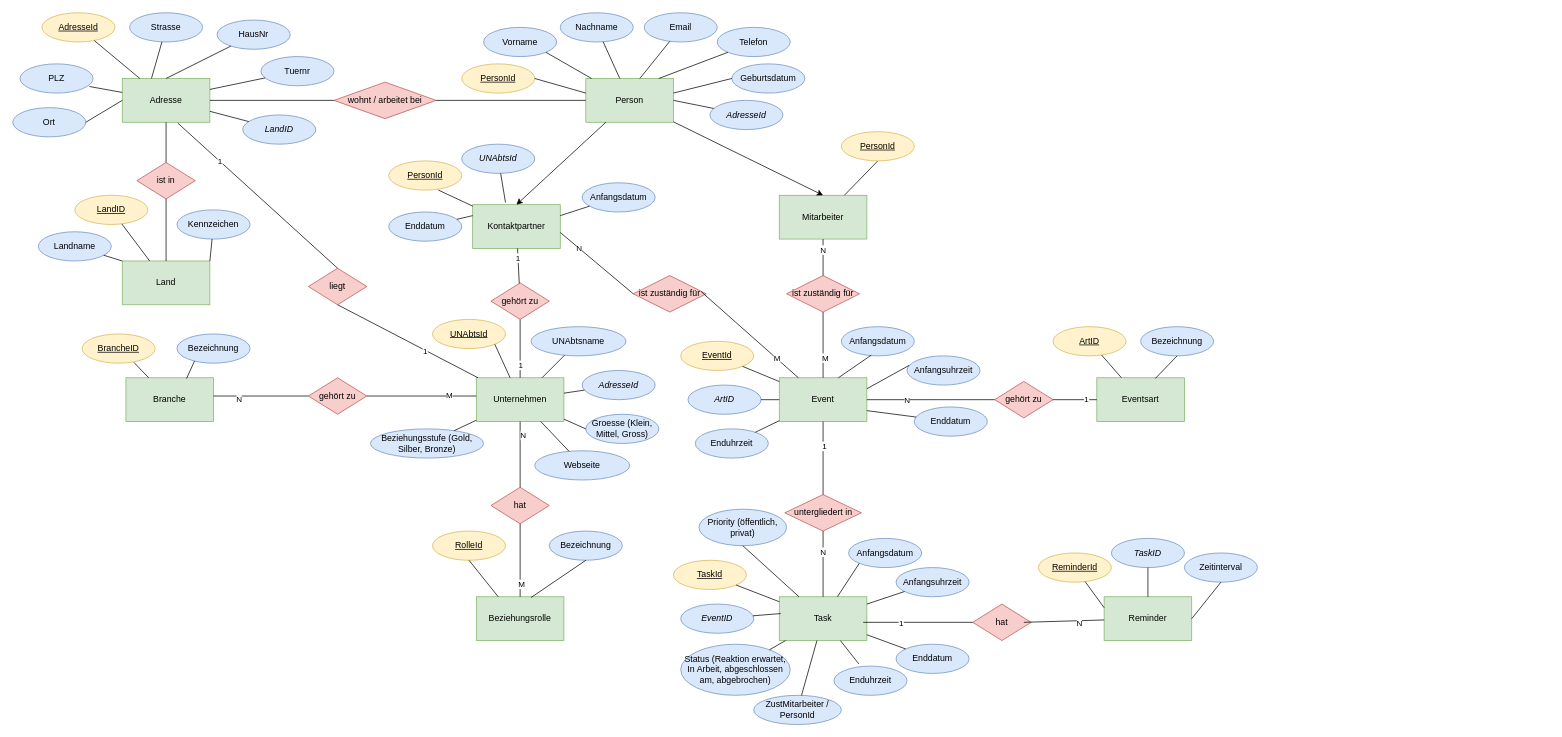
The draw.io diagram Untitled Diagram.drawio in Meishencorona1/Calcy, before the edit. Source tidied: cells renumbered, new cells numbered last; positions are measured from the earlier drawing's top-left corner, leaving out a move shared by most shapes. Both pictures are drawn from the tidied source at 73%, with x=0, y=0 at pixel (12, 12).
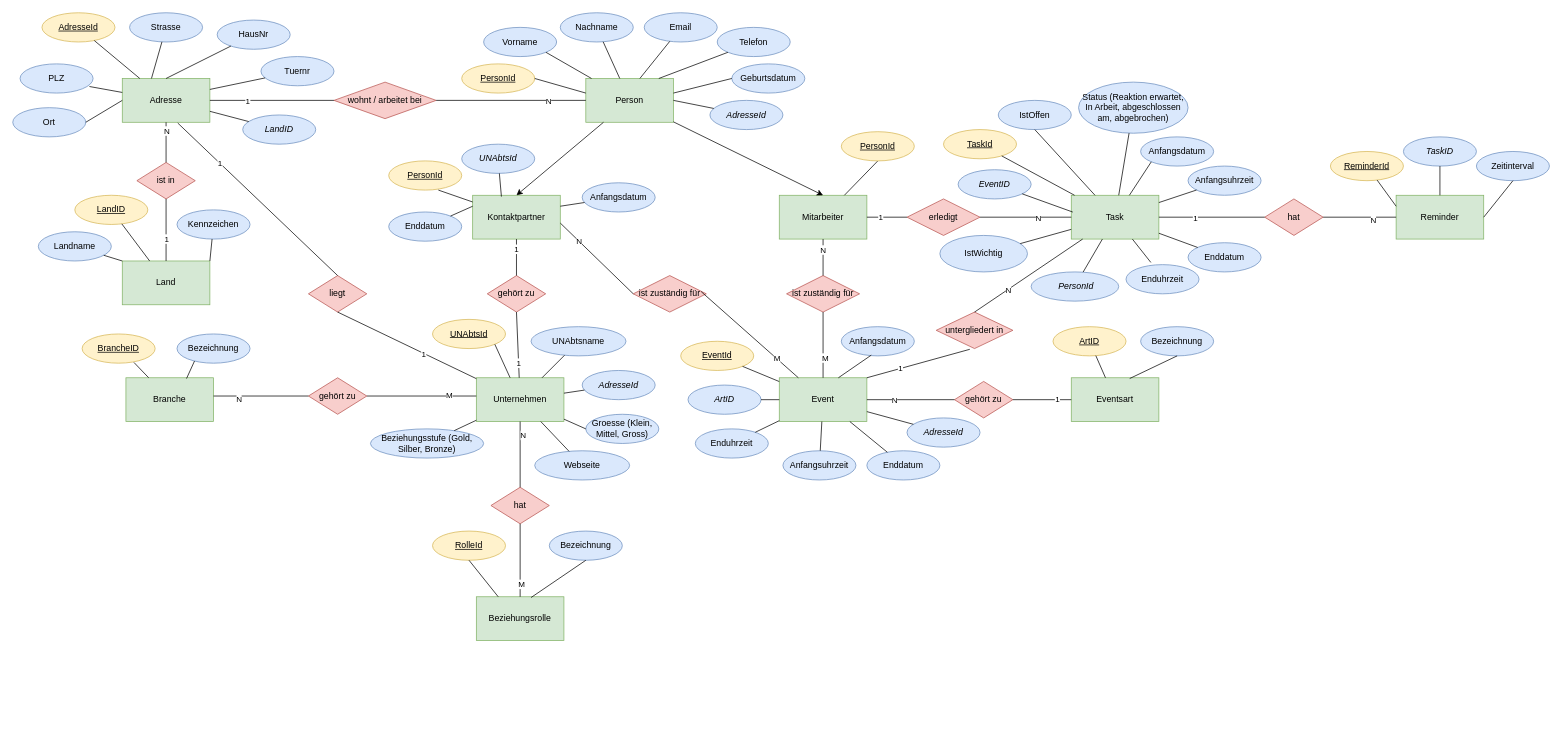
After the change.

Unchanged cells that the change refers to:
```xml
<mxCell id="3" value="Mitarbeiter" style="rounded=0;whiteSpace=wrap;html=1;fillColor=#d5e8d4;strokeColor=#82b366;" parent="1" vertex="1">
  <mxGeometry x="1050" y="250" width="120" height="60" as="geometry" />
</mxCell>
<mxCell id="9" value="Event" style="whiteSpace=wrap;html=1;fillColor=#d5e8d4;strokeColor=#82b366;" parent="1" vertex="1">
  <mxGeometry x="1050" y="500" width="120" height="60" as="geometry" />
</mxCell>
<mxCell id="89" value="&lt;i&gt;UNAbtsId&lt;/i&gt;" style="ellipse;whiteSpace=wrap;html=1;fillColor=#dae8fc;strokeColor=#6c8ebf;" parent="1" vertex="1">
  <mxGeometry x="615" y="180" width="100" height="40" as="geometry" />
</mxCell>
<mxCell id="127" style="endArrow=none;html=1;rounded=0;exitX=0.5;exitY=0;exitDx=0;exitDy=0;" parent="1" edge="1" source="126" target="6">
  <mxGeometry relative="1" as="geometry" />
</mxCell>
<mxCell id="128" style="endArrow=none;html=1;rounded=0;entryX=0.5;entryY=1;entryDx=0;entryDy=0;" parent="1" edge="1" source="7" target="126">
  <mxGeometry relative="1" as="geometry" />
</mxCell>
<mxCell id="130" style="endArrow=none;html=1;rounded=0;exitX=0;exitY=0.5;exitDx=0;exitDy=0;entryX=1;entryY=0.5;entryDx=0;entryDy=0;" parent="1" edge="1" source="129" target="6">
  <mxGeometry relative="1" as="geometry" />
</mxCell>
<mxCell id="131" style="endArrow=none;html=1;rounded=0;entryX=1;entryY=0.5;entryDx=0;entryDy=0;" parent="1" edge="1" source="2" target="129">
  <mxGeometry relative="1" as="geometry" />
</mxCell>
```

Diff of the diagram source:
```diff
@@
     <mxCell id="5" value="Kontaktpartner" style="rounded=0;whiteSpace=wrap;html=1;fillColor=#d5e8d4;strokeColor=#82b366;" parent="1" vertex="1">
-      <mxGeometry x="630" y="262.9" width="120" height="60" as="geometry" />
+      <mxGeometry x="630" y="250" width="120" height="60" as="geometry" />
     </mxCell>
@@
     <mxCell id="10" value="Eventsart" style="whiteSpace=wrap;html=1;fillColor=#d5e8d4;strokeColor=#82b366;" parent="1" vertex="1">
-      <mxGeometry x="1485" y="500" width="120" height="60" as="geometry" />
+      <mxGeometry x="1450" y="500" width="120" height="60" as="geometry" />
     </mxCell>
@@
     <mxCell id="59" value="Anfangsuhrzeit" style="ellipse;whiteSpace=wrap;html=1;fillColor=#dae8fc;strokeColor=#6c8ebf;" parent="1" vertex="1">
-      <mxGeometry x="1225" y="470" width="100" height="40" as="geometry" />
+      <mxGeometry x="1055" y="600" width="100" height="40" as="geometry" />
     </mxCell>
     <mxCell id="60" value="Enddatum" style="ellipse;whiteSpace=wrap;html=1;fillColor=#dae8fc;strokeColor=#6c8ebf;" parent="1" vertex="1">
-      <mxGeometry x="1235" y="540" width="100" height="40" as="geometry" />
+      <mxGeometry x="1170" y="600" width="100" height="40" as="geometry" />
     </mxCell>
@@
-    <mxCell id="65" style="endArrow=none;html=1;rounded=0;exitX=1;exitY=0.25;exitDx=0;exitDy=0;entryX=0.03;entryY=0.325;entryDx=0;entryDy=0;entryPerimeter=0;" parent="1" edge="1" source="9" target="59">
+    <mxCell id="65" style="endArrow=none;html=1;rounded=0;" parent="1" edge="1" source="9" target="59">
       <mxGeometry relative="1" as="geometry" />
     </mxCell>
-    <mxCell id="66" style="endArrow=none;html=1;rounded=0;exitX=1;exitY=0.75;exitDx=0;exitDy=0;" parent="1" edge="1" source="9" target="60">
+    <mxCell id="66" style="endArrow=none;html=1;rounded=0;" parent="1" edge="1" source="9" target="60">
       <mxGeometry relative="1" as="geometry" />
     </mxCell>
@@
-    <mxCell id="93" style="endArrow=none;html=1;rounded=0;" parent="1" edge="1" target="89">
-      <mxGeometry relative="1" as="geometry">
-        <mxPoint x="675" y="260" as="sourcePoint" />
-      </mxGeometry>
+    <mxCell id="93" style="endArrow=none;html=1;rounded=0;exitX=0.328;exitY=0.03;exitDx=0;exitDy=0;exitPerimeter=0;" parent="1" edge="1" source="5" target="89">
+      <mxGeometry relative="1" as="geometry" />
     </mxCell>
@@
     <mxCell id="95" value="gehört zu" style="rhombus;whiteSpace=wrap;html=1;fillColor=#f8cecc;strokeColor=#b85450;rounded=0;" parent="1" vertex="1">
-      <mxGeometry x="655" y="370" width="80" height="50" as="geometry" />
+      <mxGeometry x="650" y="360" width="80" height="50" as="geometry" />
     </mxCell>
     <mxCell id="96" value="Task" style="whiteSpace=wrap;html=1;fillColor=#d5e8d4;strokeColor=#82b366;" parent="1" vertex="1">
-      <mxGeometry x="1050" y="800" width="120" height="60" as="geometry" />
+      <mxGeometry x="1450" y="250" width="120" height="60" as="geometry" />
     </mxCell>
     <mxCell id="97" value="&lt;u&gt;TaskId&lt;/u&gt;" style="ellipse;whiteSpace=wrap;html=1;fillColor=#fff2cc;strokeColor=#d6b656;" parent="1" vertex="1">
-      <mxGeometry x="905" y="750" width="100" height="40" as="geometry" />
+      <mxGeometry x="1275" y="160" width="100" height="40" as="geometry" />
     </mxCell>
-    <mxCell id="98" value="Priority (öffentlich, privat)" style="ellipse;whiteSpace=wrap;html=1;fillColor=#dae8fc;strokeColor=#6c8ebf;" parent="1" vertex="1">
-      <mxGeometry x="940" y="680" width="120" height="50" as="geometry" />
+    <mxCell id="98" value="IstWichtig" style="ellipse;whiteSpace=wrap;html=1;fillColor=#dae8fc;strokeColor=#6c8ebf;" parent="1" vertex="1">
+      <mxGeometry x="1270" y="305" width="120" height="50" as="geometry" />
     </mxCell>
     <mxCell id="99" value="Anfangsdatum" style="ellipse;whiteSpace=wrap;html=1;fillColor=#dae8fc;strokeColor=#6c8ebf;" parent="1" vertex="1">
-      <mxGeometry x="1145" y="720" width="100" height="40" as="geometry" />
+      <mxGeometry x="1545" y="170" width="100" height="40" as="geometry" />
     </mxCell>
     <mxCell id="100" value="Anfangsuhrzeit" style="ellipse;whiteSpace=wrap;html=1;fillColor=#dae8fc;strokeColor=#6c8ebf;" parent="1" vertex="1">
-      <mxGeometry x="1210" y="760" width="100" height="40" as="geometry" />
+      <mxGeometry x="1610" y="210" width="100" height="40" as="geometry" />
     </mxCell>
     <mxCell id="101" value="Enddatum" style="ellipse;whiteSpace=wrap;html=1;fillColor=#dae8fc;strokeColor=#6c8ebf;" parent="1" vertex="1">
-      <mxGeometry x="1210" y="865" width="100" height="40" as="geometry" />
+      <mxGeometry x="1610" y="315" width="100" height="40" as="geometry" />
     </mxCell>
     <mxCell id="102" value="Enduhrzeit" style="ellipse;whiteSpace=wrap;html=1;fillColor=#dae8fc;strokeColor=#6c8ebf;" parent="1" vertex="1">
-      <mxGeometry x="1125" y="895" width="100" height="40" as="geometry" />
+      <mxGeometry x="1525" y="345" width="100" height="40" as="geometry" />
     </mxCell>
     <mxCell id="103" value="Status (Reaktion erwartet, In Arbeit, abgeschlossen am, abgebrochen)" style="ellipse;whiteSpace=wrap;html=1;fillColor=#dae8fc;strokeColor=#6c8ebf;" parent="1" vertex="1">
-      <mxGeometry x="915" y="865" width="150" height="70" as="geometry" />
+      <mxGeometry x="1460" y="95" width="150" height="70" as="geometry" />
     </mxCell>
     <mxCell id="104" value="Reminder" style="whiteSpace=wrap;html=1;fillColor=#d5e8d4;strokeColor=#82b366;" parent="1" vertex="1">
-      <mxGeometry x="1495" y="800" width="120" height="60" as="geometry" />
+      <mxGeometry x="1895" y="250" width="120" height="60" as="geometry" />
     </mxCell>
     <mxCell id="105" value="&lt;u&gt;ReminderId&lt;/u&gt;" style="ellipse;whiteSpace=wrap;html=1;fillColor=#fff2cc;strokeColor=#d6b656;" parent="1" vertex="1">
-      <mxGeometry x="1405" y="740" width="100" height="40" as="geometry" />
+      <mxGeometry x="1805" y="190" width="100" height="40" as="geometry" />
     </mxCell>
     <mxCell id="106" value="&lt;i&gt;TaskID&lt;/i&gt;" style="ellipse;whiteSpace=wrap;html=1;fillColor=#dae8fc;strokeColor=#6c8ebf;" parent="1" vertex="1">
-      <mxGeometry x="1505" y="720" width="100" height="40" as="geometry" />
+      <mxGeometry x="1905" y="170" width="100" height="40" as="geometry" />
     </mxCell>
     <mxCell id="107" value="Zeitinterval" style="ellipse;whiteSpace=wrap;html=1;fillColor=#dae8fc;strokeColor=#6c8ebf;" parent="1" vertex="1">
-      <mxGeometry x="1605" y="740" width="100" height="40" as="geometry" />
+      <mxGeometry x="2005" y="190" width="100" height="40" as="geometry" />
     </mxCell>
@@
-    <mxCell id="115" style="endArrow=none;html=1;rounded=0;exitX=0.5;exitY=1;exitDx=0;exitDy=0;" parent="1" edge="1" source="98" target="96">
+    <mxCell id="115" style="endArrow=none;html=1;rounded=0;" parent="1" edge="1" source="98" target="96">
       <mxGeometry relative="1" as="geometry" />
     </mxCell>
@@
     <mxCell id="118" value="&lt;i&gt;EventID&lt;/i&gt;" style="ellipse;whiteSpace=wrap;html=1;fillColor=#dae8fc;strokeColor=#6c8ebf;" parent="1" vertex="1">
-      <mxGeometry x="915" y="810" width="100" height="40" as="geometry" />
+      <mxGeometry x="1295" y="215" width="100" height="40" as="geometry" />
     </mxCell>
@@
+    <mxCell id="171" value="N" style="edgeLabel;html=1;align=center;verticalAlign=middle;" parent="127" vertex="1">
+      <mxGeometry x="0.59" relative="1" as="geometry" />
+    </mxCell>
@@
+    <mxCell id="172" value="1" style="edgeLabel;html=1;align=center;verticalAlign=middle;" parent="128" vertex="1">
+      <mxGeometry x="-0.27" relative="1" as="geometry" />
+    </mxCell>
@@
+    <mxCell id="173" value="1" style="edgeLabel;html=1;align=center;verticalAlign=middle;" parent="130" vertex="1">
+      <mxGeometry x="0.4" relative="1" as="geometry" />
+    </mxCell>
@@
+    <mxCell id="174" value="N" style="edgeLabel;html=1;align=center;verticalAlign=middle;" parent="131" vertex="1">
+      <mxGeometry x="-0.49" relative="1" as="geometry" />
+    </mxCell>
     <mxCell id="132" value="liegt" style="rhombus;whiteSpace=wrap;html=1;fillColor=#f8cecc;strokeColor=#b85450;rounded=0;" parent="1" vertex="1">
-      <mxGeometry x="405" y="350" width="80" height="50" as="geometry" />
+      <mxGeometry x="405" y="360" width="80" height="50" as="geometry" />
     </mxCell>
@@
     <mxCell id="152" value="gehört zu" style="rhombus;whiteSpace=wrap;html=1;fillColor=#f8cecc;strokeColor=#b85450;rounded=0;" parent="1" vertex="1">
-      <mxGeometry x="1345" y="505" width="80" height="50" as="geometry" />
+      <mxGeometry x="1290" y="505" width="80" height="50" as="geometry" />
     </mxCell>
@@
     <mxCell id="157" value="untergliedert in" style="rhombus;whiteSpace=wrap;html=1;fillColor=#f8cecc;strokeColor=#b85450;rounded=0;" parent="1" vertex="1">
-      <mxGeometry x="1057.5" y="660" width="105" height="50" as="geometry" />
+      <mxGeometry x="1265" y="410" width="105" height="50" as="geometry" />
     </mxCell>
-    <mxCell id="158" style="endArrow=none;html=1;rounded=0;exitX=0.5;exitY=1;exitDx=0;exitDy=0;" parent="1" edge="1" source="157" target="96">
+    <mxCell id="158" style="endArrow=none;html=1;rounded=0;exitX=0.5;exitY=0;exitDx=0;exitDy=0;" parent="1" edge="1" source="157" target="96">
       <mxGeometry relative="1" as="geometry" />
     </mxCell>
@@
-    <mxCell id="160" style="endArrow=none;html=1;rounded=0;entryX=0.5;entryY=0;entryDx=0;entryDy=0;exitX=0.5;exitY=1;exitDx=0;exitDy=0;" parent="1" edge="1" source="9" target="157">
+    <mxCell id="160" style="endArrow=none;html=1;rounded=0;entryX=0.438;entryY=1.02;entryDx=0;entryDy=0;exitX=1;exitY=0;exitDx=0;exitDy=0;entryPerimeter=0;" parent="1" edge="1" source="9" target="157">
       <mxGeometry relative="1" as="geometry" />
     </mxCell>
@@
-    <mxCell id="162" value="ZustMitarbeiter / PersonId" style="ellipse;whiteSpace=wrap;html=1;fillColor=#dae8fc;strokeColor=#6c8ebf;" parent="1" vertex="1">
-      <mxGeometry x="1015" y="935" width="120" height="40" as="geometry" />
+    <mxCell id="162" value="&lt;i&gt;&amp;nbsp;PersonId&lt;/i&gt;" style="ellipse;whiteSpace=wrap;html=1;fillColor=#dae8fc;strokeColor=#6c8ebf;" parent="1" vertex="1">
+      <mxGeometry x="1395" y="355" width="120" height="40" as="geometry" />
     </mxCell>
@@
     <mxCell id="164" value="hat" style="rhombus;whiteSpace=wrap;html=1;fillColor=#f8cecc;strokeColor=#b85450;rounded=0;" parent="1" vertex="1">
-      <mxGeometry x="1315" y="810" width="80" height="50" as="geometry" />
+      <mxGeometry x="1715" y="255" width="80" height="50" as="geometry" />
     </mxCell>
-    <mxCell id="165" style="endArrow=none;html=1;rounded=0;exitX=0;exitY=0.5;exitDx=0;exitDy=0;" parent="1" edge="1" source="164">
-      <mxGeometry relative="1" as="geometry">
-        <mxPoint x="1165" y="835" as="targetPoint" />
-      </mxGeometry>
+    <mxCell id="165" style="endArrow=none;html=1;rounded=0;exitX=0;exitY=0.5;exitDx=0;exitDy=0;" parent="1" edge="1" source="164" target="96">
+      <mxGeometry relative="1" as="geometry" />
     </mxCell>
@@
-    <mxCell id="167" style="endArrow=none;html=1;rounded=0;" parent="1" edge="1" source="104">
-      <mxGeometry relative="1" as="geometry">
-        <mxPoint x="1385" y="835" as="targetPoint" />
-      </mxGeometry>
+    <mxCell id="167" style="endArrow=none;html=1;rounded=0;" parent="1" edge="1" source="104" target="164">
+      <mxGeometry relative="1" as="geometry" />
     </mxCell>
@@
+    <mxCell id="175" value="erledigt" style="rhombus;whiteSpace=wrap;html=1;fillColor=#f8cecc;strokeColor=#b85450;rounded=0;" parent="1" vertex="1">
+      <mxGeometry x="1225" y="255" width="100" height="50" as="geometry" />
+    </mxCell>
+    <mxCell id="176" style="endArrow=none;html=1;rounded=0;" parent="1" edge="1" source="96" target="175">
+      <mxGeometry relative="1" as="geometry" />
+    </mxCell>
+    <mxCell id="177" value="N" style="edgeLabel;html=1;align=center;verticalAlign=middle;" parent="176" vertex="1">
+      <mxGeometry x="-0.26" y="1" relative="1" as="geometry" />
+    </mxCell>
+    <mxCell id="178" style="endArrow=none;html=1;rounded=0;" parent="1" edge="1" source="175" target="3">
+      <mxGeometry relative="1" as="geometry" />
+    </mxCell>
+    <mxCell id="179" value="1" style="edgeLabel;html=1;align=center;verticalAlign=middle;" parent="178" vertex="1">
+      <mxGeometry x="0.33" relative="1" as="geometry" />
+    </mxCell>
+    <mxCell id="180" value="IstOffen" style="ellipse;whiteSpace=wrap;html=1;fillColor=#dae8fc;strokeColor=#6c8ebf;" parent="1" vertex="1">
+      <mxGeometry x="1350" y="120" width="100" height="40" as="geometry" />
+    </mxCell>
+    <mxCell id="181" style="endArrow=none;html=1;rounded=0;entryX=0.5;entryY=1;entryDx=0;entryDy=0;" parent="1" edge="1" source="96" target="180">
+      <mxGeometry relative="1" as="geometry" />
+    </mxCell>
+    <mxCell id="182" value="&lt;i&gt;AdresseId&lt;/i&gt;" style="ellipse;whiteSpace=wrap;html=1;fillColor=#dae8fc;strokeColor=#6c8ebf;" parent="1" vertex="1">
+      <mxGeometry x="1225" y="555" width="100" height="40" as="geometry" />
+    </mxCell>
+    <mxCell id="183" style="endArrow=none;html=1;rounded=0;" parent="1" edge="1" source="9" target="182">
+      <mxGeometry relative="1" as="geometry" />
+    </mxCell>
```
